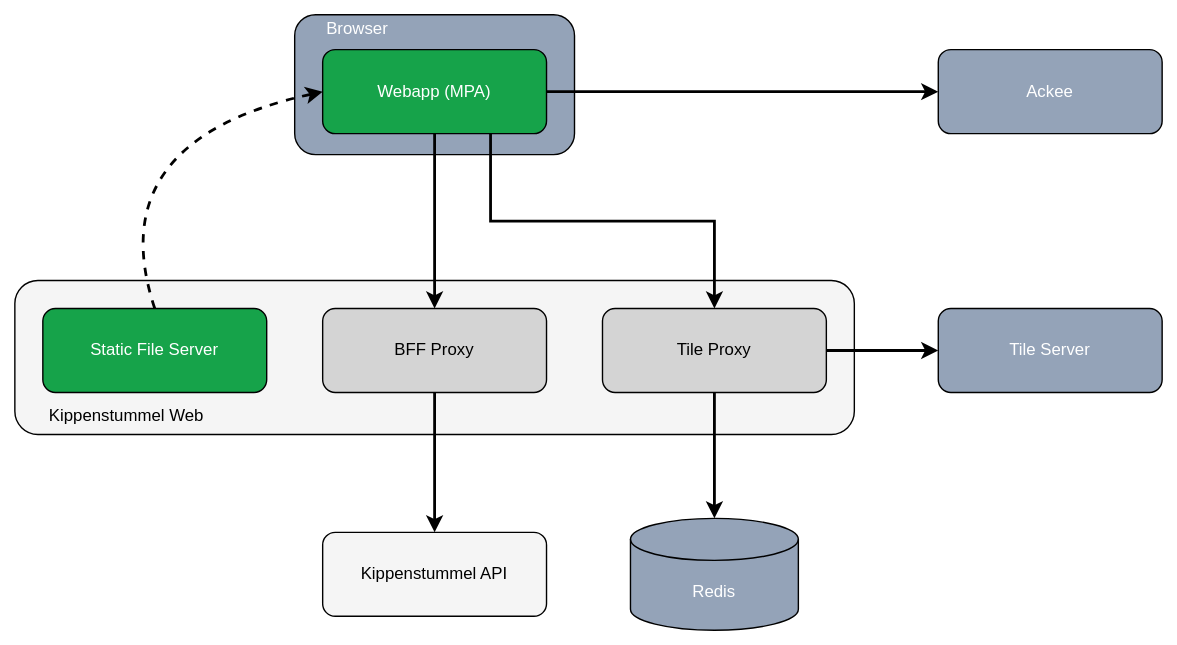
MuellerConstantin/kippenstummel-web keeps this draw.io diagram as docs/images/architecture-overview.svg. Above is the earlier version. Source tidied: cells renumbered, new cells last; positions are measured from the earlier drawing's top-left corner, leaving out a move shared by most shapes.
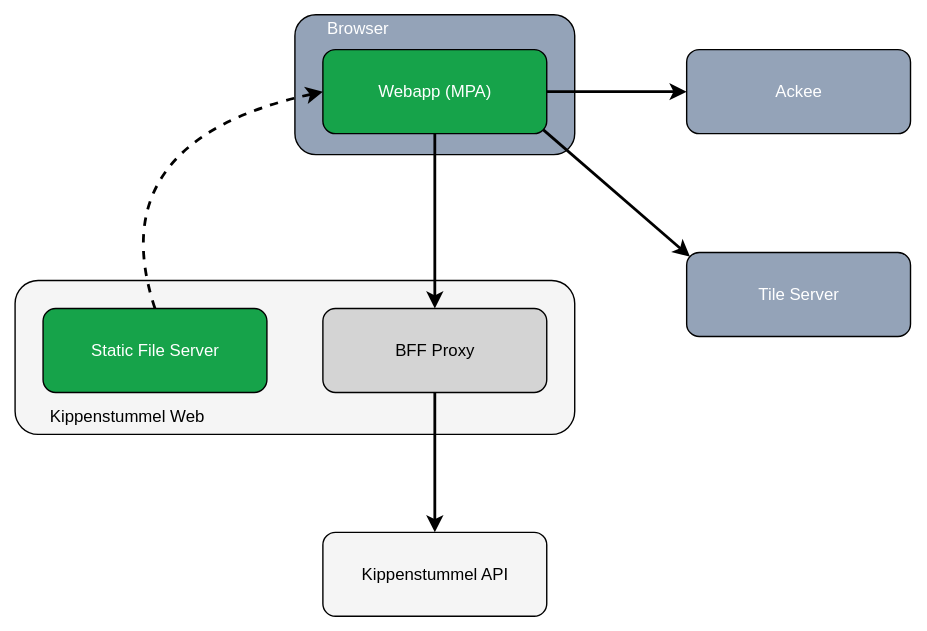
The same diagram one commit later.

Commit message:
docs: update architecture schema

Change to the diagram source:
```diff
@@ -2,9 +2,9 @@
   <root>
     <mxCell id="0" />
     <mxCell id="1" parent="0" />
-    <mxCell id="2" style="rounded=1;whiteSpace=wrap;html=1;fillColor=#F5F5F5;" parent="1" vertex="1">
-      <mxGeometry y="190" width="600" height="110" as="geometry" />
-    </mxCell>
+    <mxCell id="21" style="rounded=1;whiteSpace=wrap;html=1;fillColor=#F5F5F5;" parent="1" vertex="1">
+      <mxGeometry y="190" width="400" height="110" as="geometry" />
+    </mxCell>
     <mxCell id="3" value="&lt;span style=&quot;color: rgb(255, 255, 255);&quot;&gt;Static File Server&lt;/span&gt;" style="rounded=1;whiteSpace=wrap;html=1;fillColor=#16A34A;strokeColor=#000000;" parent="1" vertex="1">
       <mxGeometry x="20" y="210" width="160" height="60" as="geometry" />
     </mxCell>
@@ -14,15 +14,12 @@
     <mxCell id="5" value="BFF Proxy" style="rounded=1;whiteSpace=wrap;html=1;fillColor=#D4D4D4;strokeColor=#000000;" parent="1" vertex="1">
       <mxGeometry x="220" y="210" width="160" height="60" as="geometry" />
     </mxCell>
-    <mxCell id="6" style="rounded=1;whiteSpace=wrap;html=1;fillColor=#94A3B8;strokeColor=#000000;" parent="1" vertex="1">
-      <mxGeometry x="200" width="200" height="100" as="geometry" />
-    </mxCell>
+    <mxCell id="22" style="rounded=1;whiteSpace=wrap;html=1;fillColor=#94A3B8;strokeColor=#000000;" parent="1" vertex="1">
+      <mxGeometry x="200" width="200" height="100" as="geometry" />
+    </mxCell>
     <mxCell id="7" style="edgeStyle=orthogonalEdgeStyle;rounded=0;jettySize=auto;html=1;exitX=0.5;exitY=1;exitDx=0;exitDy=0;entryX=0.5;entryY=0;entryDx=0;entryDy=0;strokeWidth=2;" parent="1" edge="1" source="10" target="5">
       <mxGeometry relative="1" as="geometry" />
     </mxCell>
-    <mxCell id="8" style="edgeStyle=orthogonalEdgeStyle;rounded=0;jettySize=auto;html=1;exitX=0.75;exitY=1;exitDx=0;exitDy=0;entryX=0.5;entryY=0;entryDx=0;entryDy=0;strokeWidth=2;" parent="1" edge="1" source="10" target="13">
-      <mxGeometry relative="1" as="geometry" />
-    </mxCell>
     <mxCell id="9" style="edgeStyle=orthogonalEdgeStyle;rounded=0;jettySize=auto;html=1;exitX=1;exitY=0.5;exitDx=0;exitDy=0;entryX=0;entryY=0.5;entryDx=0;entryDy=0;strokeWidth=2;" parent="1" edge="1" source="10" target="20">
       <mxGeometry relative="1" as="geometry" />
     </mxCell>
@@ -32,12 +29,6 @@
     <mxCell id="11" value="&lt;span style=&quot;color: rgb(255, 255, 255);&quot;&gt;Browser&lt;/span&gt;" style="text;html=1;align=center;verticalAlign=middle;whiteSpace=wrap;rounded=0;" parent="1" vertex="1">
       <mxGeometry x="220" width="50" height="20" as="geometry" />
     </mxCell>
-    <mxCell id="12" style="edgeStyle=orthogonalEdgeStyle;rounded=0;jettySize=auto;html=1;exitX=1;exitY=0.5;exitDx=0;exitDy=0;entryX=0;entryY=0.5;entryDx=0;entryDy=0;strokeWidth=2;" parent="1" edge="1" source="13" target="18">
-      <mxGeometry relative="1" as="geometry" />
-    </mxCell>
-    <mxCell id="13" value="Tile Proxy" style="rounded=1;whiteSpace=wrap;html=1;fillColor=#D4D4D4;strokeColor=#000000;" parent="1" vertex="1">
-      <mxGeometry x="420" y="210" width="160" height="60" as="geometry" />
-    </mxCell>
     <mxCell id="14" style="curved=1;endArrow=classic;html=1;rounded=0;exitX=0.5;exitY=0;exitDx=0;exitDy=0;entryX=0;entryY=0.5;entryDx=0;entryDy=0;strokeWidth=2;dashed=1;" parent="1" edge="1" source="3" target="10">
       <mxGeometry relative="1" as="geometry">
         <Array as="points">
@@ -48,20 +39,17 @@
     <mxCell id="15" value="Kippenstummel Web" style="text;html=1;align=center;verticalAlign=middle;whiteSpace=wrap;rounded=0;" parent="1" vertex="1">
       <mxGeometry x="20" y="277" width="120" height="20" as="geometry" />
     </mxCell>
-    <mxCell id="16" value="&lt;span style=&quot;color: rgb(255, 255, 255);&quot;&gt;Redis&lt;/span&gt;" style="shape=cylinder3;whiteSpace=wrap;html=1;boundedLbl=1;backgroundOutline=1;size=15;fillColor=#94A3B8;" parent="1" vertex="1">
-      <mxGeometry x="440" y="360" width="120" height="80" as="geometry" />
-    </mxCell>
-    <mxCell id="17" style="edgeStyle=orthogonalEdgeStyle;rounded=0;jettySize=auto;html=1;exitX=0.5;exitY=1;exitDx=0;exitDy=0;entryX=0.5;entryY=0;entryDx=0;entryDy=0;entryPerimeter=0;strokeWidth=2;" parent="1" edge="1" source="13" target="16">
-      <mxGeometry relative="1" as="geometry" />
-    </mxCell>
     <mxCell id="18" value="&lt;span style=&quot;color: rgb(255, 255, 255);&quot;&gt;Tile Server&lt;/span&gt;" style="rounded=1;whiteSpace=wrap;html=1;fillColor=#94A3B8;strokeColor=#000000;" parent="1" vertex="1">
-      <mxGeometry x="660" y="210" width="160" height="60" as="geometry" />
+      <mxGeometry x="480" y="170" width="160" height="60" as="geometry" />
     </mxCell>
     <mxCell id="19" value="Kippenstummel API" style="rounded=1;whiteSpace=wrap;html=1;fillColor=#F5F5F5;" parent="1" vertex="1">
       <mxGeometry x="220" y="370" width="160" height="60" as="geometry" />
     </mxCell>
     <mxCell id="20" value="&lt;span style=&quot;color: rgb(255, 255, 255);&quot;&gt;Ackee&lt;/span&gt;" style="rounded=1;whiteSpace=wrap;html=1;fillColor=#94A3B8;strokeColor=#000000;" parent="1" vertex="1">
-      <mxGeometry x="660" y="25" width="160" height="60" as="geometry" />
+      <mxGeometry x="480" y="25" width="160" height="60" as="geometry" />
     </mxCell>
+    <mxCell id="23" style="endArrow=classic;html=1;rounded=0;entryX=0.015;entryY=0.05;entryDx=0;entryDy=0;exitX=0.985;exitY=0.956;exitDx=0;exitDy=0;exitPerimeter=0;entryPerimeter=0;strokeWidth=2;" parent="1" edge="1" source="10" target="18">
+      <mxGeometry relative="1" as="geometry" />
+    </mxCell>
   </root>
 </mxGraphModel>
```
